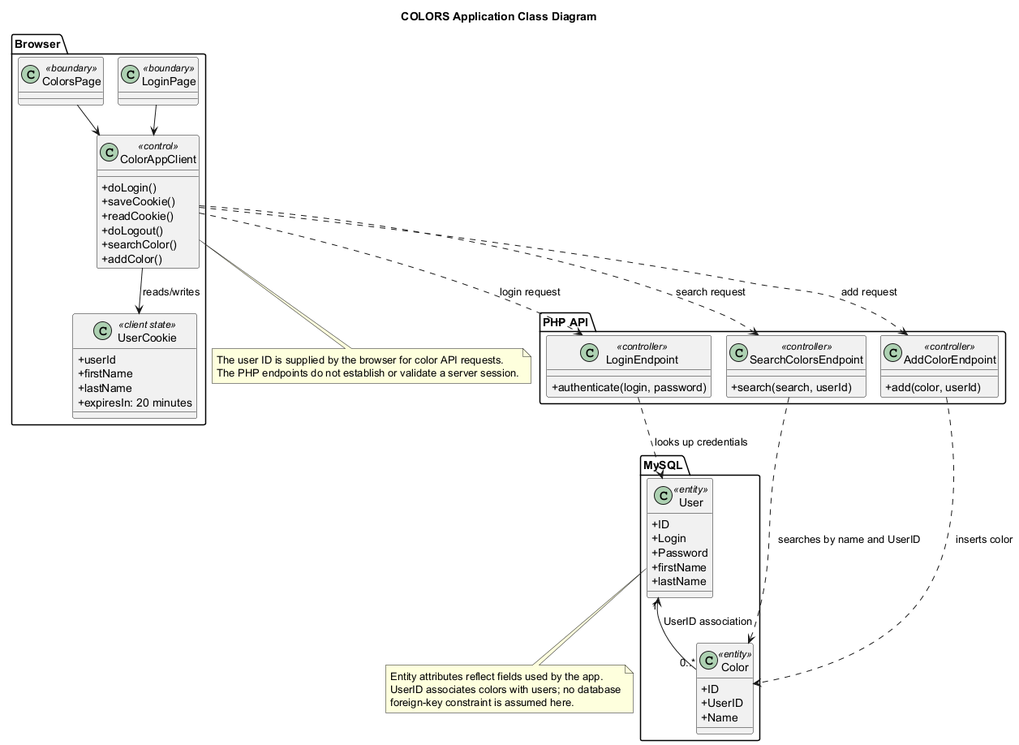
Earlier version of the PlantUML export docs/uml/class.png (MelindaM4y/POOSD-COLORS-Lab).
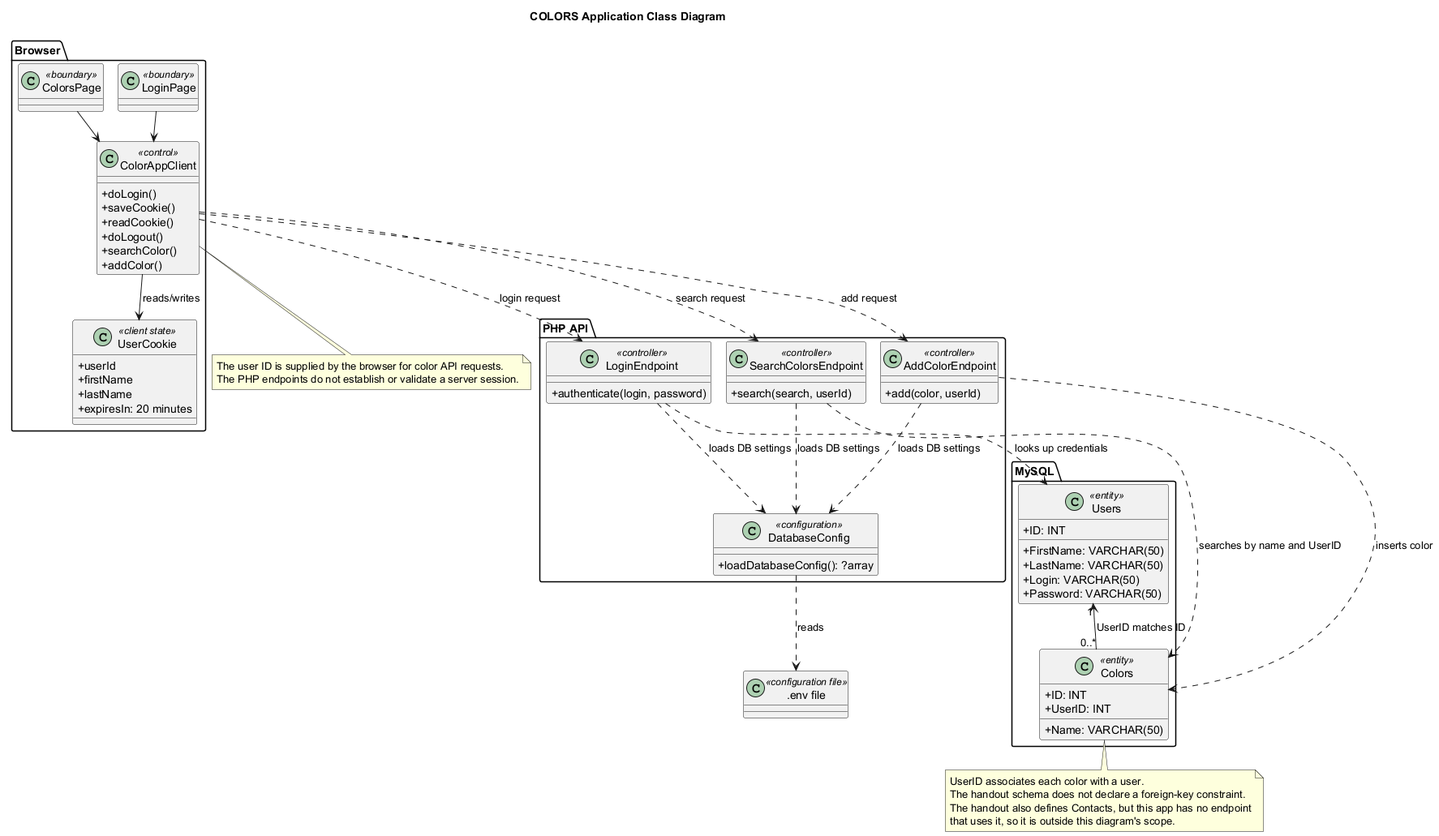
The same diagram one commit later.

Commit message:
Align class UML diagram with LAMP handout

What changed in the source:
```diff
@@ -25,6 +25,10 @@
 }
 
 package "PHP API" {
+  class DatabaseConfig <<configuration>> {
+    +loadDatabaseConfig(): ?array
+  }
+
   class LoginEndpoint <<controller>> {
     +authenticate(login, password)
   }
@@ -37,20 +41,22 @@
 }
 
 package "MySQL" {
-  class User <<entity>> {
-    +ID
-    +Login
-    +Password
-    +firstName
-    +lastName
+  class Users <<entity>> {
+    +ID: INT
+    +FirstName: VARCHAR(50)
+    +LastName: VARCHAR(50)
+    +Login: VARCHAR(50)
+    +Password: VARCHAR(50)
   }
 
-  class Color <<entity>> {
-    +ID
-    +UserID
-    +Name
+  class Colors <<entity>> {
+    +ID: INT
+    +Name: VARCHAR(50)
+    +UserID: INT
   }
 }
+
+class ".env file" as EnvFile <<configuration file>>
 
 LoginPage --> ColorAppClient
 ColorsPage --> ColorAppClient
@@ -58,19 +64,24 @@
 ColorAppClient ..> LoginEndpoint : login request
 ColorAppClient ..> SearchColorsEndpoint : search request
 ColorAppClient ..> AddColorEndpoint : add request
-LoginEndpoint ..> User : looks up credentials
-SearchColorsEndpoint ..> Color : searches by name and UserID
-AddColorEndpoint ..> Color : inserts color
-User "1" <-- "0..*" Color : UserID association
+LoginEndpoint ..> Users : looks up credentials
+SearchColorsEndpoint ..> Colors : searches by name and UserID
+AddColorEndpoint ..> Colors : inserts color
+LoginEndpoint ..> DatabaseConfig : loads DB settings
+SearchColorsEndpoint ..> DatabaseConfig : loads DB settings
+AddColorEndpoint ..> DatabaseConfig : loads DB settings
+DatabaseConfig ..> EnvFile : reads
+Users "1" <-- "0..*" Colors : UserID matches ID
 
 note bottom of ColorAppClient
 The user ID is supplied by the browser for color API requests.
 The PHP endpoints do not establish or validate a server session.
 end note
 
-note bottom of User
-Entity attributes reflect fields used by the app.
-UserID associates colors with users; no database
-foreign-key constraint is assumed here.
+note bottom of Colors
+UserID associates each color with a user.
+The handout schema does not declare a foreign-key constraint.
+The handout also defines Contacts, but this app has no endpoint
+that uses it, so it is outside this diagram's scope.
 end note
 @enduml
```
